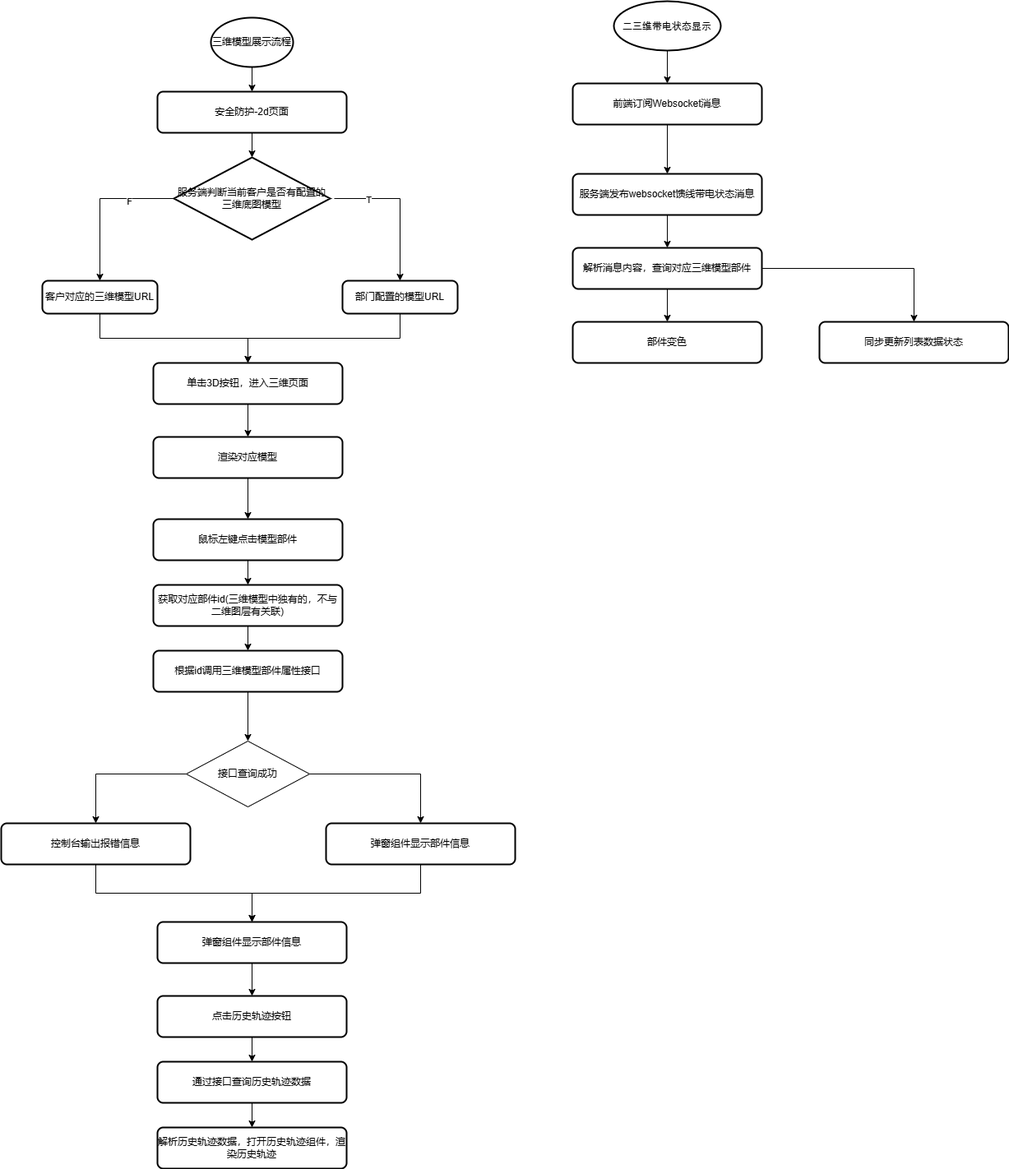
Earlier version of the draw.io export 铁路6.35三维模块流程图.drawio.png (GISTWJ/drawIo). Source tidied: cells renumbered, new cells last; positions are measured from the earlier drawing's top-left corner, leaving out a move shared by most shapes.
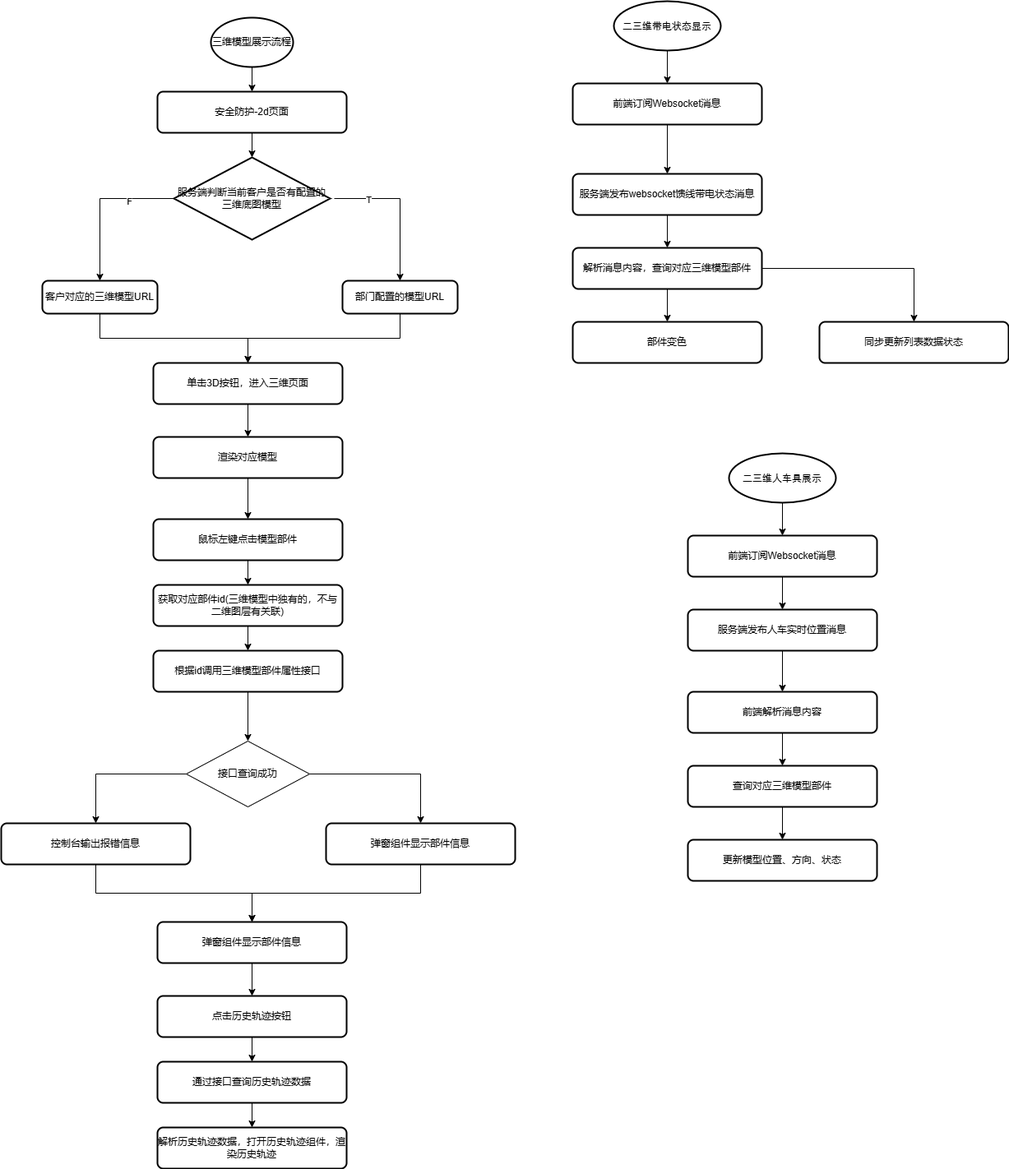
After the commit.

Commit message:
更新铁路6.35三维模块流程图.drawio.png

The edit, as a diff of the source:
```diff
@@ -158,5 +158,38 @@
     <mxCell id="50" value="同步更新列表数据状态" style="rounded=1;whiteSpace=wrap;html=1;absoluteArcSize=1;arcSize=14;strokeWidth=2;" parent="1" vertex="1">
       <mxGeometry x="995" y="390" width="230" height="50" as="geometry" />
     </mxCell>
+    <mxCell id="51" style="edgeStyle=orthogonalEdgeStyle;rounded=0;jettySize=auto;html=1;exitX=0.5;exitY=1;exitDx=0;exitDy=0;exitPerimeter=0;entryX=0.5;entryY=0;entryDx=0;entryDy=0;" parent="1" edge="1" source="52" target="54">
+      <mxGeometry relative="1" as="geometry" />
+    </mxCell>
+    <mxCell id="52" value="&lt;h3 style=&quot;text-align: justify; margin-top: 0pt; margin-bottom: 0pt; text-indent: -36pt; margin-left: 36pt;&quot; class=&quot;paragraph text-align-type-justify tco-title-heading 3&quot;&gt;&lt;span style=&quot;font-family: 黑体; letter-spacing: 0pt; vertical-align: baseline; font-weight: normal;&quot;&gt;&lt;font style=&quot;font-size: 12px;&quot;&gt;二三维人车具展示&lt;/font&gt;&lt;/span&gt;&lt;/h3&gt;" style="strokeWidth=2;html=1;shape=mxgraph.flowchart.start_1;whiteSpace=wrap;" parent="1" vertex="1">
+      <mxGeometry x="885" y="550" width="130" height="60" as="geometry" />
+    </mxCell>
+    <mxCell id="53" style="edgeStyle=orthogonalEdgeStyle;rounded=0;jettySize=auto;html=1;exitX=0.5;exitY=1;exitDx=0;exitDy=0;" parent="1" edge="1" source="54" target="56">
+      <mxGeometry relative="1" as="geometry" />
+    </mxCell>
+    <mxCell id="54" value="前端订阅Websocket消息" style="rounded=1;whiteSpace=wrap;html=1;absoluteArcSize=1;arcSize=14;strokeWidth=2;" parent="1" vertex="1">
+      <mxGeometry x="835" y="650" width="230" height="50" as="geometry" />
+    </mxCell>
+    <mxCell id="55" style="edgeStyle=orthogonalEdgeStyle;rounded=0;jettySize=auto;html=1;exitX=0.5;exitY=1;exitDx=0;exitDy=0;" parent="1" edge="1" source="56" target="58">
+      <mxGeometry relative="1" as="geometry" />
+    </mxCell>
+    <mxCell id="56" value="服务端发布人车实时位置消息" style="rounded=1;whiteSpace=wrap;html=1;absoluteArcSize=1;arcSize=14;strokeWidth=2;" parent="1" vertex="1">
+      <mxGeometry x="835" y="740" width="230" height="50" as="geometry" />
+    </mxCell>
+    <mxCell id="57" style="edgeStyle=orthogonalEdgeStyle;rounded=0;jettySize=auto;html=1;exitX=0.5;exitY=1;exitDx=0;exitDy=0;" parent="1" edge="1" source="58" target="61">
+      <mxGeometry relative="1" as="geometry" />
+    </mxCell>
+    <mxCell id="58" value="前端解析消息内容" style="rounded=1;whiteSpace=wrap;html=1;absoluteArcSize=1;arcSize=14;strokeWidth=2;" parent="1" vertex="1">
+      <mxGeometry x="835" y="840" width="230" height="50" as="geometry" />
+    </mxCell>
+    <mxCell id="59" value="更新模型位置、方向、状态" style="rounded=1;whiteSpace=wrap;html=1;absoluteArcSize=1;arcSize=14;strokeWidth=2;" parent="1" vertex="1">
+      <mxGeometry x="835" y="1020" width="230" height="50" as="geometry" />
+    </mxCell>
+    <mxCell id="60" style="edgeStyle=orthogonalEdgeStyle;rounded=0;jettySize=auto;html=1;exitX=0.5;exitY=1;exitDx=0;exitDy=0;" parent="1" edge="1" source="61" target="59">
+      <mxGeometry relative="1" as="geometry" />
+    </mxCell>
+    <mxCell id="61" value="查询对应三维模型部件" style="rounded=1;whiteSpace=wrap;html=1;absoluteArcSize=1;arcSize=14;strokeWidth=2;" parent="1" vertex="1">
+      <mxGeometry x="835" y="930" width="230" height="50" as="geometry" />
+    </mxCell>
   </root>
 </mxGraphModel>
```
